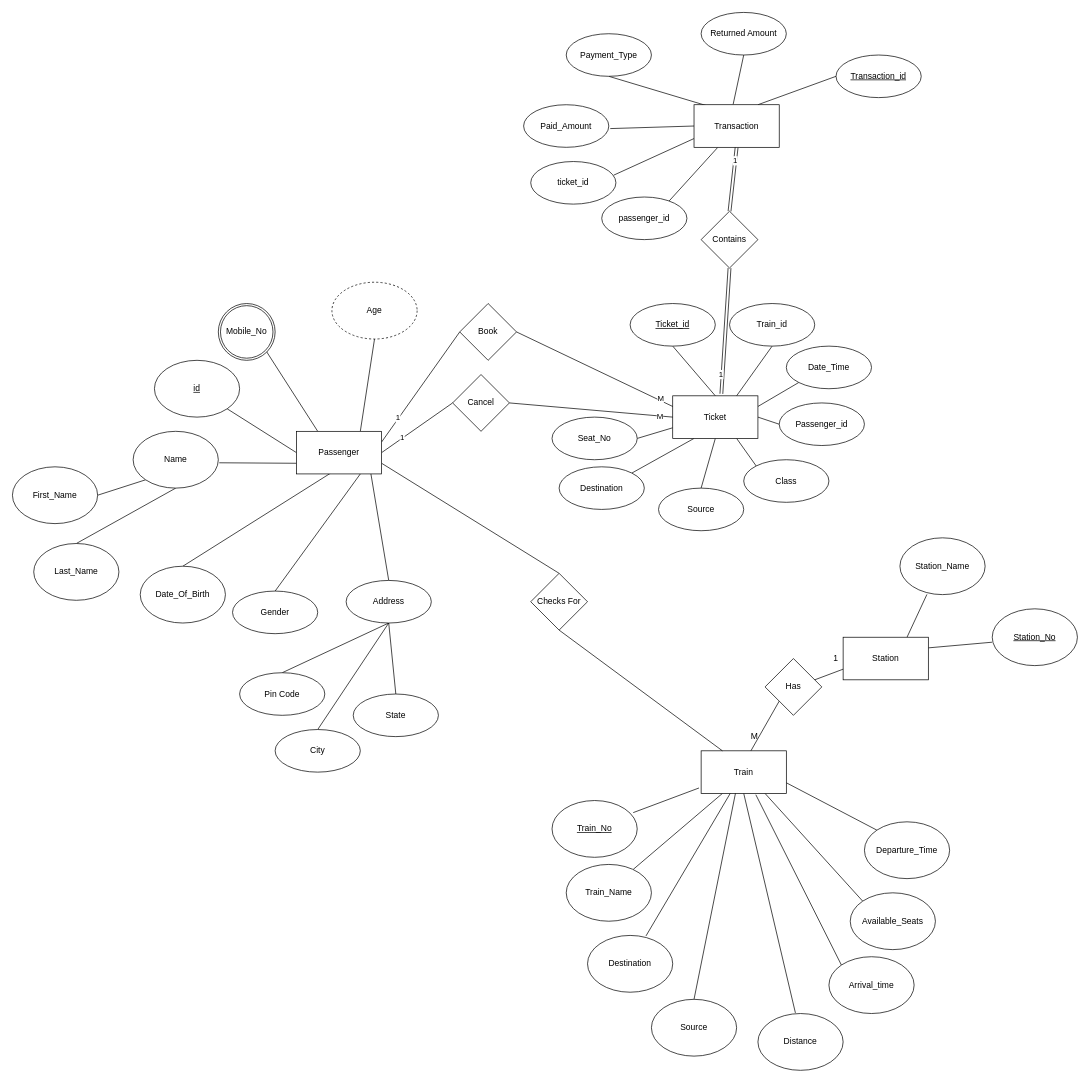
Before: Railway-Management-System.drawio in TopVirusMinus/Railway-Management-System-Database, a draw.io diagram. Source tidied: cells renumbered, new cells numbered last; positions are measured from the earlier drawing's top-left corner, leaving out a move shared by most shapes. Both pictures are drawn from the tidied source at 71%, with x=0, y=0 at pixel (12, 12).
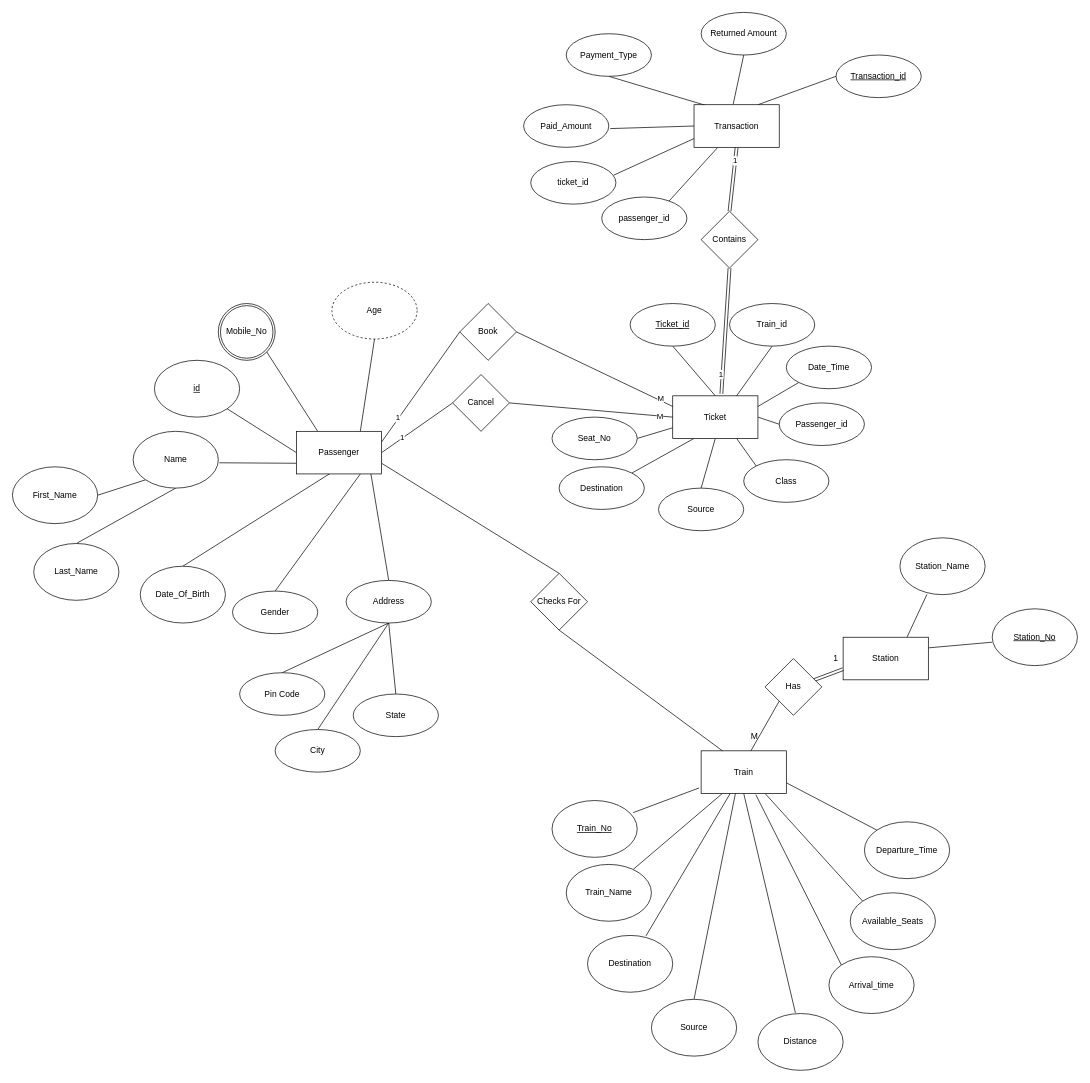
After the change.

Unchanged cells that the change refers to:
```xml
<mxCell id="22" value="Station" style="rounded=0;whiteSpace=wrap;html=1;hachureGap=4;" parent="1" vertex="1">
  <mxGeometry x="1170" y="880" width="120" height="60" as="geometry" />
</mxCell>
<mxCell id="26" value="Has" style="rhombus;whiteSpace=wrap;html=1;hachureGap=4;" parent="1" vertex="1">
  <mxGeometry x="1060" y="910" width="80" height="80" as="geometry" />
</mxCell>
```

Diff of the diagram source:
```diff
@@
-    <mxCell id="25" style="endArrow=none;html=1;rounded=0;sourcePerimeterSpacing=8;targetPerimeterSpacing=8;exitX=0.851;exitY=0.384;exitDx=0;exitDy=0;exitPerimeter=0;entryX=0;entryY=0.75;entryDx=0;entryDy=0;" parent="1" edge="1" source="26" target="22">
+    <mxCell id="25" style="endArrow=none;html=1;rounded=0;sourcePerimeterSpacing=8;targetPerimeterSpacing=8;exitX=0.851;exitY=0.384;exitDx=0;exitDy=0;exitPerimeter=0;entryX=0;entryY=0.75;entryDx=0;entryDy=0;shape=link;" parent="1" edge="1" source="26" target="22">
       <mxGeometry relative="1" as="geometry" />
     </mxCell>
```
